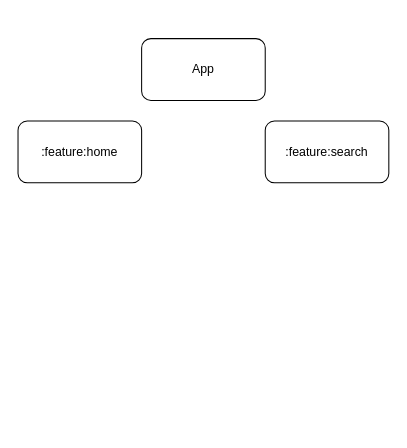
The draw.io diagram diagrams/News-App-Modularization.drawio in Indisparte/NewsApp, before the edit. Source tidied: cells renumbered, new cells numbered last; positions are measured from the earlier drawing's top-left corner, leaving out a move shared by most shapes. Both pictures are drawn from the tidied source at 103%, with x=0, y=0 at pixel (18, 38).
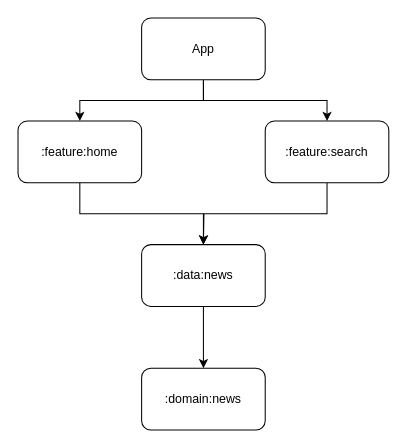
The same page after the edit.

Diff of the diagram source:
```diff
@@
 <mxGraphModel>
   <root>
     <mxCell id="0" />
     <mxCell id="1" parent="0" />
+    <mxCell id="5" style="edgeStyle=orthogonalEdgeStyle;rounded=0;jettySize=auto;html=1;exitX=0.5;exitY=1;exitDx=0;exitDy=0;entryX=0.5;entryY=0;entryDx=0;entryDy=0;" parent="1" edge="1" source="2" target="3">
+      <mxGeometry relative="1" as="geometry" />
+    </mxCell>
+    <mxCell id="6" style="edgeStyle=orthogonalEdgeStyle;rounded=0;jettySize=auto;html=1;exitX=0.5;exitY=1;exitDx=0;exitDy=0;entryX=0.5;entryY=0;entryDx=0;entryDy=0;" parent="1" edge="1" source="2" target="4">
+      <mxGeometry relative="1" as="geometry" />
+    </mxCell>
     <mxCell id="2" value="App" style="rounded=1;whiteSpace=wrap;html=1;" parent="1" vertex="1">
-      <mxGeometry x="120" width="120" height="60" as="geometry" />
+      <mxGeometry x="120" y="-20" width="120" height="60" as="geometry" />
     </mxCell>
+    <mxCell id="7" style="edgeStyle=orthogonalEdgeStyle;rounded=0;jettySize=auto;html=1;exitX=0.5;exitY=1;exitDx=0;exitDy=0;" parent="1" edge="1" source="3" target="10">
+      <mxGeometry relative="1" as="geometry" />
+    </mxCell>
     <mxCell id="3" value=":feature:home" style="rounded=1;whiteSpace=wrap;html=1;" parent="1" vertex="1">
       <mxGeometry y="80" width="120" height="60" as="geometry" />
     </mxCell>
+    <mxCell id="8" style="edgeStyle=orthogonalEdgeStyle;rounded=0;jettySize=auto;html=1;exitX=0.5;exitY=1;exitDx=0;exitDy=0;" parent="1" edge="1" source="4">
+      <mxGeometry relative="1" as="geometry">
+        <mxPoint x="180" y="200" as="targetPoint" />
+      </mxGeometry>
+    </mxCell>
     <mxCell id="4" value=":feature:search" style="rounded=1;whiteSpace=wrap;html=1;" parent="1" vertex="1">
       <mxGeometry x="240" y="80" width="120" height="60" as="geometry" />
     </mxCell>
+    <mxCell id="9" style="edgeStyle=orthogonalEdgeStyle;rounded=0;jettySize=auto;html=1;exitX=0.5;exitY=1;exitDx=0;exitDy=0;entryX=0.5;entryY=0;entryDx=0;entryDy=0;" parent="1" edge="1" source="10" target="11">
+      <mxGeometry relative="1" as="geometry" />
+    </mxCell>
+    <mxCell id="10" value=":data:news" style="rounded=1;whiteSpace=wrap;html=1;" parent="1" vertex="1">
+      <mxGeometry x="120" y="200" width="120" height="60" as="geometry" />
+    </mxCell>
+    <mxCell id="11" value=":domain:news" style="rounded=1;whiteSpace=wrap;html=1;" parent="1" vertex="1">
+      <mxGeometry x="120" y="320" width="120" height="60" as="geometry" />
+    </mxCell>
   </root>
 </mxGraphModel>
```
